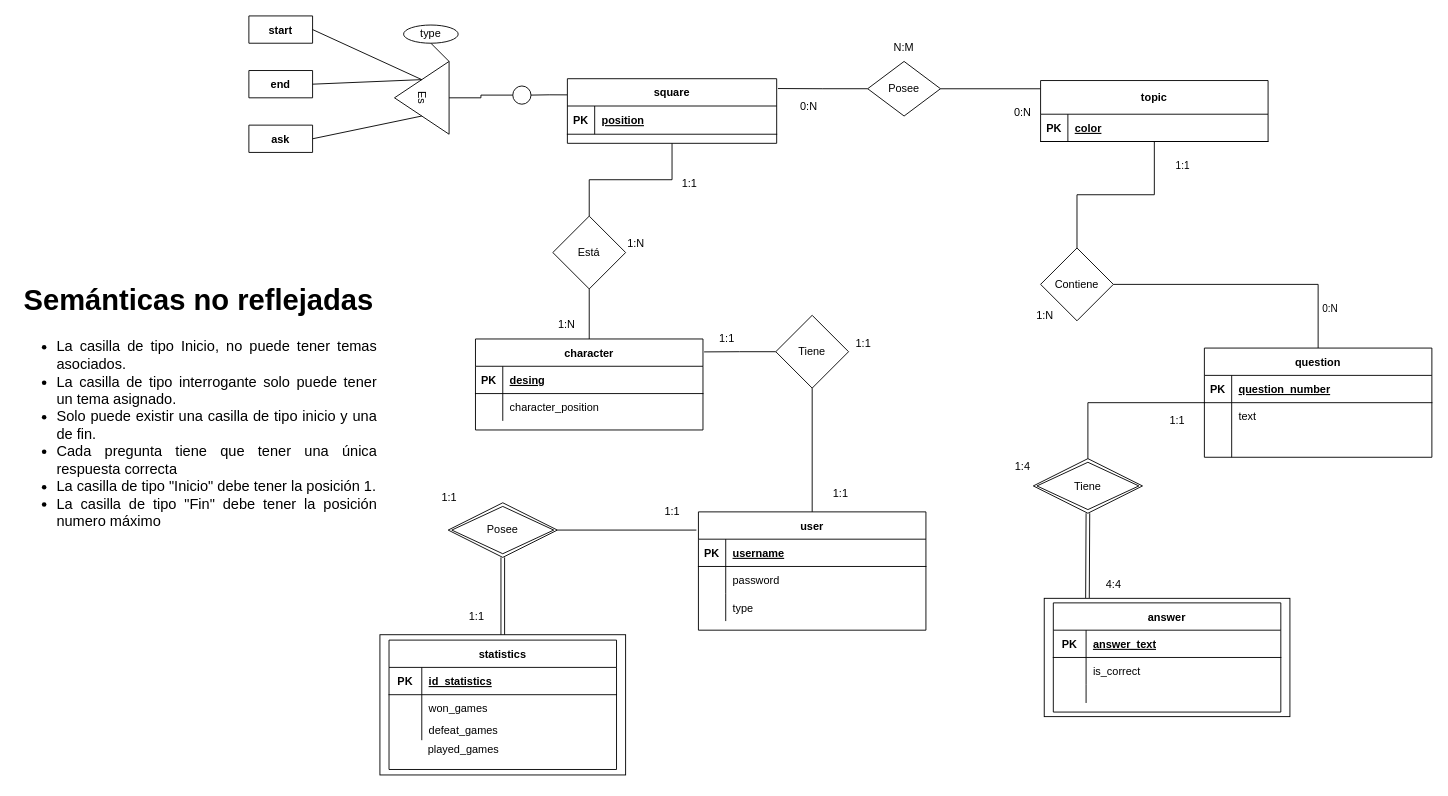
Before: docs/Modelo Entidad Relacion Final.drawio in IBohorquezP/Trivial, a draw.io diagram. Source tidied: cells renumbered, new cells numbered last; positions are measured from the earlier drawing's top-left corner, leaving out a move shared by most shapes. Both pictures are drawn from the tidied source at 91%, with x=0, y=0 at pixel (15, 15).
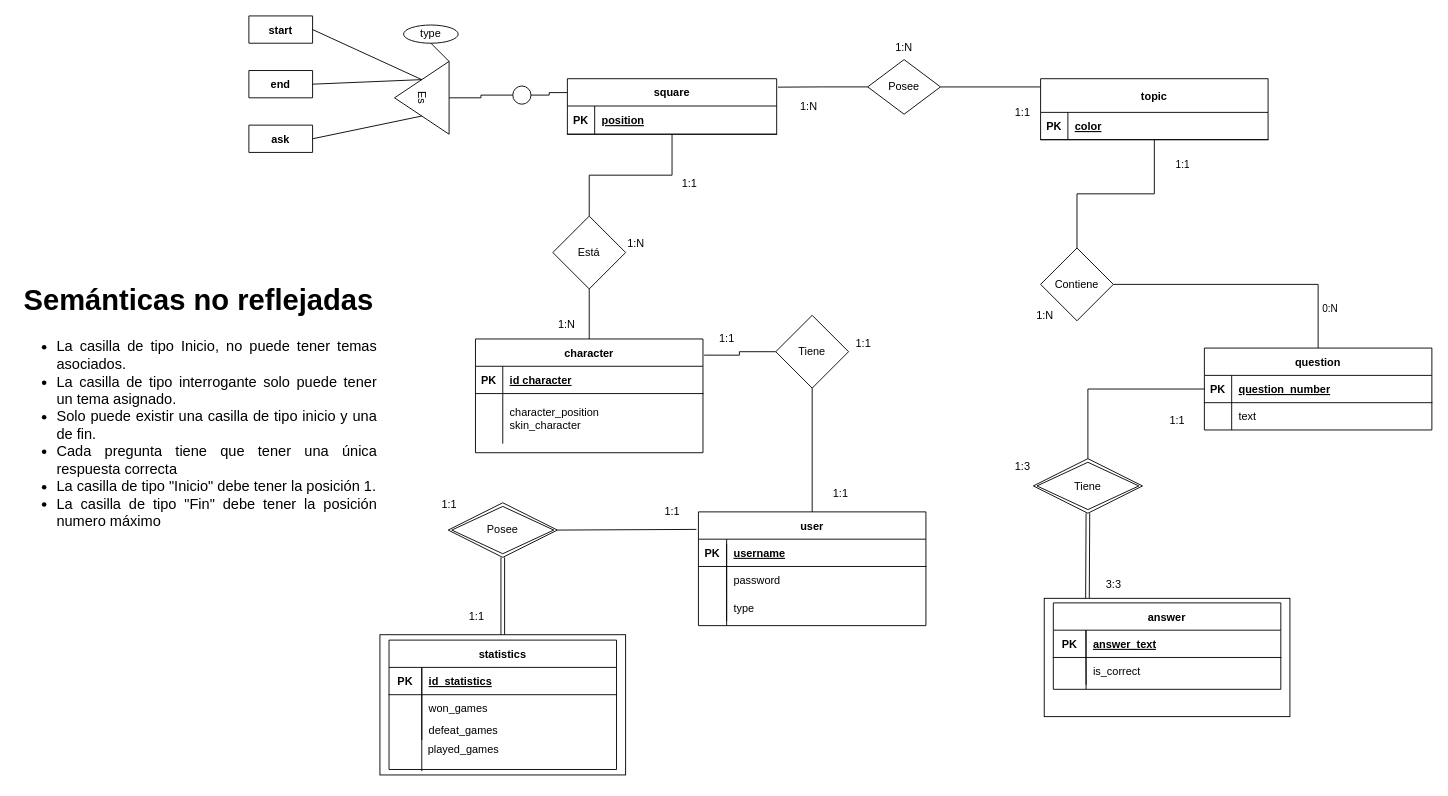
After the change.

The change refers to these unchanged cells:
```xml
<mxCell id="24" style="shape=partialRectangle;fillColor=none;top=0;left=0;right=0;bottom=1;" parent="23" vertex="1">
  <mxGeometry y="30" width="250" height="30" as="geometry" />
</mxCell>
<mxCell id="32" style="shape=partialRectangle;fillColor=none;top=0;left=0;right=0;bottom=1;" parent="31" vertex="1">
  <mxGeometry y="30" width="250" height="30" as="geometry" />
</mxCell>
<mxCell id="35" style="shape=partialRectangle;fillColor=none;top=0;left=0;right=0;bottom=0;" parent="31" vertex="1">
  <mxGeometry y="60" width="250" height="30" as="geometry" />
</mxCell>
<mxCell id="38" style="shape=partialRectangle;fillColor=none;top=0;left=0;right=0;bottom=0;" parent="31" vertex="1">
  <mxGeometry y="90" width="250" height="30" as="geometry" />
</mxCell>
<mxCell id="52" style="group;" parent="1" vertex="1">
  <mxGeometry x="1130" y="640" width="270" height="135" as="geometry" />
</mxCell>
<mxCell id="55" style="shape=partialRectangle;fillColor=none;points=[[0,0.5],[1,0.5]];portConstraint=eastwest;top=0;left=0;right=0;bottom=1;" parent="54" vertex="1">
  <mxGeometry y="30" width="250" height="30" as="geometry" />
</mxCell>
<mxCell id="94" style="shape=partialRectangle;fillColor=none;points=[[0,0.5],[1,0.5]];portConstraint=eastwest;top=0;left=0;right=0;bottom=1;" parent="93" vertex="1">
  <mxGeometry y="30" width="250" height="30" as="geometry" />
</mxCell>
```

Diff of the diagram source:
```diff
@@
     <mxCell id="4" value="topic" style="shape=table;startSize=37;childLayout=tableLayout;rowLines=0;fontStyle=1;align=center;" parent="1" vertex="1">
-      <mxGeometry x="1126" y="71" width="250" height="67" as="geometry" />
+      <mxGeometry x="1126" y="69" width="250" height="67" as="geometry" />
     </mxCell>
@@
     <mxCell id="9" value="square" style="shape=table;startSize=30;childLayout=tableLayout;rowLines=0;fontStyle=1;align=center;" parent="1" vertex="1">
-      <mxGeometry x="606" y="69" width="230" height="71" as="geometry" />
+      <mxGeometry x="606" y="69" width="230" height="61" as="geometry" />
     </mxCell>
@@
     <mxCell id="15" value="Posee" style="rhombus;whiteSpace=wrap;html=1;" parent="1" vertex="1">
-      <mxGeometry x="936" y="50" width="80" height="60" as="geometry" />
+      <mxGeometry x="936" y="48" width="80" height="60" as="geometry" />
     </mxCell>
@@
     <mxCell id="23" value="character" style="shape=table;startSize=30;childLayout=tableLayout;rowLines=0;fontStyle=1;align=center;" parent="1" vertex="1">
-      <mxGeometry x="505" y="355" width="250" height="100" as="geometry" />
+      <mxGeometry x="505" y="355" width="250" height="125" as="geometry" />
     </mxCell>
@@
-    <mxCell id="26" value="desing" style="shape=partialRectangle;overflow=hidden;fillColor=none;top=0;left=0;bottom=0;right=0;align=left;spacingLeft=6;fontStyle=5;" parent="24" vertex="1">
+    <mxCell id="26" value="id character" style="shape=partialRectangle;overflow=hidden;fillColor=none;top=0;left=0;bottom=0;right=0;align=left;spacingLeft=6;fontStyle=5;" parent="24" vertex="1">
       <mxGeometry x="30" width="220" height="30" as="geometry" />
     </mxCell>
     <mxCell id="27" style="shape=partialRectangle;fillColor=none;top=0;left=0;right=0;bottom=0;" parent="23" vertex="1">
-      <mxGeometry y="60" width="250" height="30" as="geometry" />
+      <mxGeometry y="60" width="250" height="55" as="geometry" />
     </mxCell>
     <mxCell id="28" style="shape=partialRectangle;overflow=hidden;fillColor=none;top=0;left=0;bottom=0;right=0;" parent="27" vertex="1">
-      <mxGeometry width="30" height="30" as="geometry" />
+      <mxGeometry width="30" height="55" as="geometry" />
     </mxCell>
-    <mxCell id="29" value="character_position" style="shape=partialRectangle;overflow=hidden;fillColor=none;top=0;left=0;bottom=0;right=0;align=left;spacingLeft=6;" parent="27" vertex="1">
-      <mxGeometry x="30" width="220" height="30" as="geometry" />
+    <mxCell id="29" value="character_position&#10;skin_character" style="shape=partialRectangle;overflow=hidden;fillColor=none;top=0;left=0;bottom=0;right=0;align=left;spacingLeft=6;" parent="27" vertex="1">
+      <mxGeometry x="30" width="220" height="55" as="geometry" />
     </mxCell>
@@
     <mxCell id="31" value="user" style="shape=table;startSize=30;childLayout=tableLayout;rowLines=0;fontStyle=1;align=center;" parent="1" vertex="1">
-      <mxGeometry x="750" y="545" width="250" height="130" as="geometry" />
+      <mxGeometry x="750" y="545" width="250" height="125" as="geometry" />
     </mxCell>
@@
     <mxCell id="33" value="PK" style="shape=partialRectangle;overflow=hidden;fillColor=none;top=0;left=0;bottom=0;right=0;fontStyle=1;" parent="32" vertex="1">
-      <mxGeometry width="30" height="30" as="geometry" />
+      <mxGeometry width="31" height="30" as="geometry" />
     </mxCell>
     <mxCell id="34" value="username" style="shape=partialRectangle;overflow=hidden;fillColor=none;top=0;left=0;bottom=0;right=0;align=left;spacingLeft=6;fontStyle=5;" parent="32" vertex="1">
-      <mxGeometry x="30" width="220" height="30" as="geometry" />
+      <mxGeometry x="31" width="219" height="30" as="geometry" />
     </mxCell>
@@
     <mxCell id="36" style="shape=partialRectangle;overflow=hidden;fillColor=none;top=0;left=0;bottom=0;right=0;" parent="35" vertex="1">
-      <mxGeometry width="30" height="30" as="geometry" />
+      <mxGeometry width="31" height="30" as="geometry" />
     </mxCell>
     <mxCell id="37" value="password" style="shape=partialRectangle;overflow=hidden;fillColor=none;top=0;left=0;bottom=0;right=0;align=left;spacingLeft=6;" parent="35" vertex="1">
-      <mxGeometry x="30" width="220" height="30" as="geometry" />
+      <mxGeometry x="31" width="219" height="30" as="geometry" />
     </mxCell>
@@
     <mxCell id="39" style="shape=partialRectangle;overflow=hidden;fillColor=none;top=0;left=0;bottom=0;right=0;" parent="38" vertex="1">
-      <mxGeometry width="30" height="30" as="geometry" />
+      <mxGeometry width="31" height="30" as="geometry" />
     </mxCell>
     <mxCell id="40" value="type" style="shape=partialRectangle;overflow=hidden;fillColor=none;top=0;left=0;bottom=0;right=0;align=left;spacingLeft=6;" parent="38" vertex="1">
-      <mxGeometry x="30" width="220" height="30" as="geometry" />
+      <mxGeometry x="31" width="219" height="30" as="geometry" />
     </mxCell>
@@
     <mxCell id="42" value="question" style="shape=table;startSize=30;childLayout=tableLayout;rowLines=0;fontStyle=1;align=center;" parent="1" vertex="1">
-      <mxGeometry x="1306" y="365" width="250" height="120" as="geometry" />
+      <mxGeometry x="1306" y="365" width="250" height="90" as="geometry" />
     </mxCell>
@@
-    <mxCell id="49" style="shape=partialRectangle;fillColor=none;top=0;left=0;right=0;bottom=0;" parent="42" vertex="1">
-      <mxGeometry y="90" width="250" height="30" as="geometry" />
-    </mxCell>
-    <mxCell id="50" style="shape=partialRectangle;overflow=hidden;fillColor=none;top=0;left=0;bottom=0;right=0;" parent="49" vertex="1">
-      <mxGeometry width="30" height="30" as="geometry" />
-    </mxCell>
-    <mxCell id="51" style="shape=partialRectangle;overflow=hidden;fillColor=none;top=0;left=0;bottom=0;right=0;align=left;spacingLeft=6;" parent="49" vertex="1">
-      <mxGeometry x="30" width="220" height="30" as="geometry" />
-    </mxCell>
@@
     <mxCell id="54" value="answer" style="shape=table;startSize=30;childLayout=tableLayout;rowLines=0;fontStyle=1;align=center;" parent="52" vertex="1">
-      <mxGeometry x="10" y="5" width="250" height="120" as="geometry" />
+      <mxGeometry x="10" y="5" width="250" height="95" as="geometry" />
     </mxCell>
@@
-    <mxCell id="61" style="shape=partialRectangle;fillColor=none;top=0;left=0;right=0;bottom=0;" parent="54" vertex="1">
-      <mxGeometry y="90" width="250" height="20" as="geometry" />
-    </mxCell>
-    <mxCell id="62" style="shape=partialRectangle;overflow=hidden;fillColor=none;top=0;left=0;bottom=0;right=0;" parent="61" vertex="1">
-      <mxGeometry width="36" height="20" as="geometry" />
-    </mxCell>
-    <mxCell id="63" style="shape=partialRectangle;overflow=hidden;fillColor=none;top=0;left=0;bottom=0;right=0;align=left;spacingLeft=6;" parent="61" vertex="1">
-      <mxGeometry x="36" width="214" height="20" as="geometry" />
-    </mxCell>
@@
-    <mxCell id="84" value="0:N" style="text;html=1;align=center;verticalAlign=middle;strokeColor=none;fillColor=none;fontSize=12;fontFamily=Helvetica;fontColor=default;" parent="1" vertex="1">
+    <mxCell id="84" value="1:N" style="text;html=1;align=center;verticalAlign=middle;strokeColor=none;fillColor=none;fontSize=12;fontFamily=Helvetica;fontColor=default;" parent="1" vertex="1">
       <mxGeometry x="856" y="90" width="30" height="20" as="geometry" />
     </mxCell>
-    <mxCell id="85" value="0:N" style="text;html=1;align=center;verticalAlign=middle;strokeColor=none;fillColor=none;fontSize=12;fontFamily=Helvetica;fontColor=default;" parent="1" vertex="1">
+    <mxCell id="85" value="1:1" style="text;html=1;align=center;verticalAlign=middle;strokeColor=none;fillColor=none;fontSize=12;fontFamily=Helvetica;fontColor=default;" parent="1" vertex="1">
       <mxGeometry x="1091" y="96" width="30" height="20" as="geometry" />
     </mxCell>
@@
-    <mxCell id="87" value="4:4" style="text;html=1;align=center;verticalAlign=middle;strokeColor=none;fillColor=none;fontSize=12;fontFamily=Helvetica;fontColor=default;" parent="1" vertex="1">
+    <mxCell id="87" value="3:3" style="text;html=1;align=center;verticalAlign=middle;strokeColor=none;fillColor=none;fontSize=12;fontFamily=Helvetica;fontColor=default;" parent="1" vertex="1">
       <mxGeometry x="1191" y="615" width="30" height="20" as="geometry" />
     </mxCell>
-    <mxCell id="88" value="N:M" style="text;html=1;strokeColor=none;fillColor=none;align=center;verticalAlign=middle;whiteSpace=wrap;rounded=0;" parent="1" vertex="1">
+    <mxCell id="88" value="1:N" style="text;html=1;strokeColor=none;fillColor=none;align=center;verticalAlign=middle;whiteSpace=wrap;rounded=0;" parent="1" vertex="1">
       <mxGeometry x="956" y="20" width="40" height="30" as="geometry" />
     </mxCell>
@@
     <mxCell id="109" value="1:1" style="text;html=1;align=center;verticalAlign=middle;strokeColor=none;fillColor=none;" parent="1" vertex="1">
-      <mxGeometry x="461" y="520" width="30" height="20" as="geometry" />
+      <mxGeometry x="461" y="526.5" width="30" height="20" as="geometry" />
     </mxCell>
@@
-    <mxCell id="112" value="1:4" style="text;html=1;align=center;verticalAlign=middle;strokeColor=none;fillColor=none;" parent="1" vertex="1">
+    <mxCell id="112" value="1:3" style="text;html=1;align=center;verticalAlign=middle;strokeColor=none;fillColor=none;" parent="1" vertex="1">
       <mxGeometry x="1091" y="485" width="30" height="20" as="geometry" />
     </mxCell>
+    <mxCell id="113" style="endArrow=none;html=1;rounded=0;entryX=0.144;entryY=0.014;entryDx=0;entryDy=0;entryPerimeter=0;" parent="1" edge="1" target="94">
+      <mxGeometry relative="1" as="geometry">
+        <mxPoint x="446" y="830" as="sourcePoint" />
+      </mxGeometry>
+    </mxCell>
+    <mxCell id="114" style="endArrow=none;html=1;rounded=0;" parent="1" edge="1">
+      <mxGeometry relative="1" as="geometry">
+        <mxPoint x="781" y="670" as="sourcePoint" />
+        <mxPoint x="781" y="580" as="targetPoint" />
+      </mxGeometry>
+    </mxCell>
+    <mxCell id="115" style="endArrow=none;html=1;rounded=0;entryX=0.143;entryY=-0.004;entryDx=0;entryDy=0;entryPerimeter=0;" parent="1" edge="1" target="55">
+      <mxGeometry relative="1" as="geometry">
+        <mxPoint x="1176" y="740" as="sourcePoint" />
+      </mxGeometry>
+    </mxCell>
```
